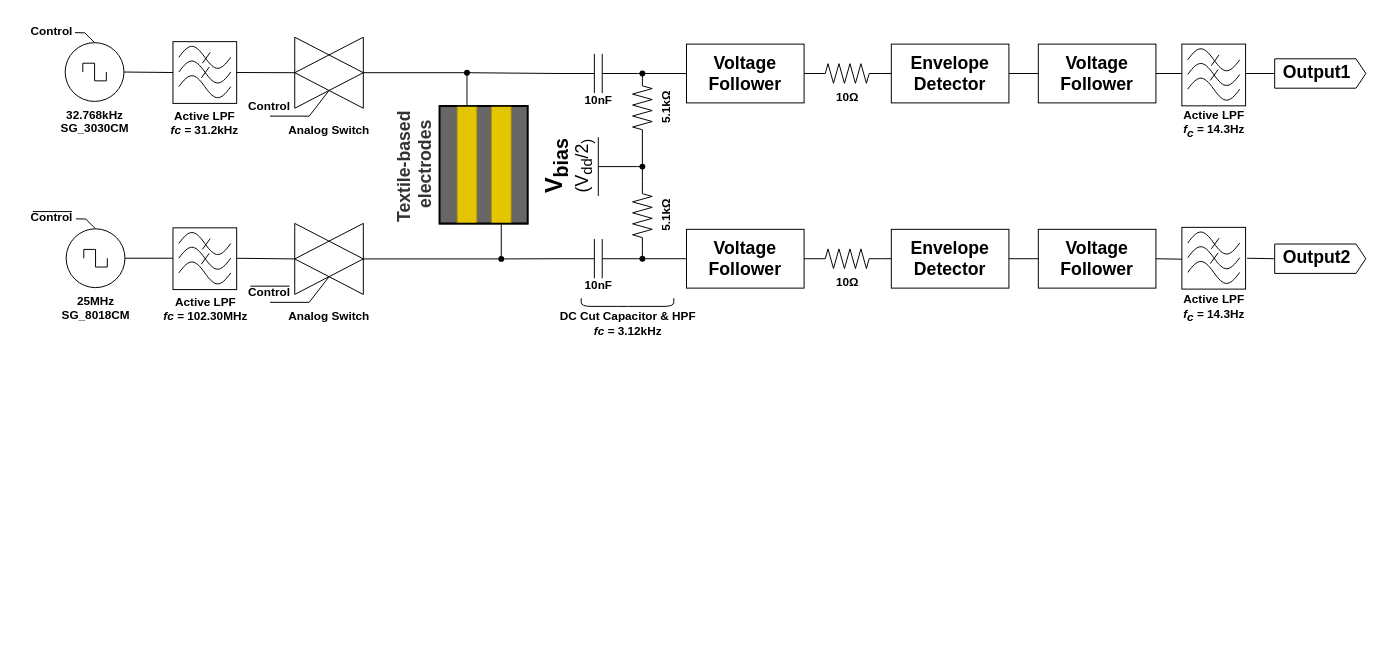
10matcho27/drawio_figure keeps this draw.io diagram as forICCE2024.drawio. Above is the earlier version. Source tidied: cells renumbered, new cells numbered last; positions are measured from the earlier drawing's top-left corner, leaving out a move shared by most shapes. Both pictures are drawn from the tidied source at 98%, with x=0, y=0 at pixel (17, 17).
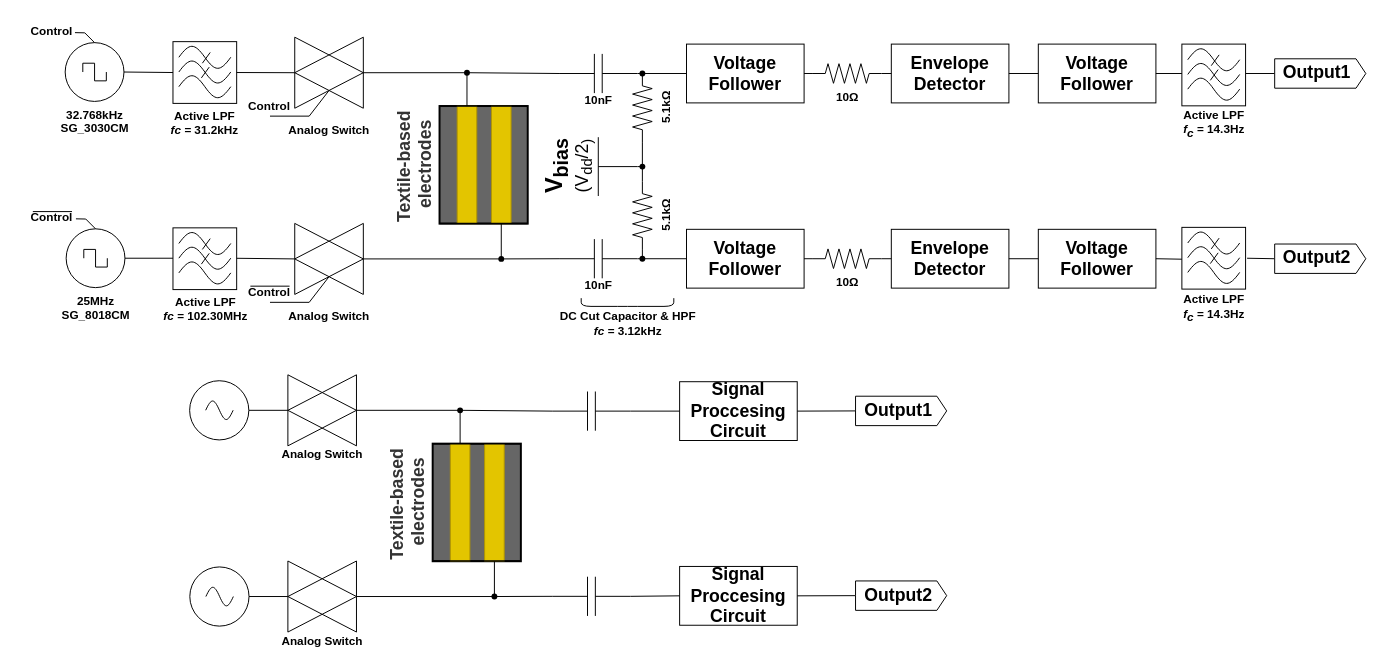
The same page after the edit.

Commit message (it also covers changes not shown here):
forICCE2024.drawio を更新します

Diff of the diagram source:
```diff
@@
+    <mxCell id="112" style="verticalLabelPosition=bottom;shadow=0;dashed=0;align=center;html=1;verticalAlign=top;shape=mxgraph.electrical.capacitors.capacitor_1;fontFamily=Century;spacingTop=-7;" parent="1" vertex="1">
+      <mxGeometry x="546" y="382" width="80" height="40" as="geometry" />
+    </mxCell>
+    <mxCell id="113" style="rounded=0;whiteSpace=wrap;html=1;fontFamily=Helvetica;fillColor=#666666;strokeColor=#000000;fontColor=#ffffff;rotation=90;strokeWidth=2;" parent="1" vertex="1">
+      <mxGeometry x="409" y="450.2" width="120" height="90" as="geometry" />
+    </mxCell>
+    <mxCell id="114" style="rounded=0;whiteSpace=wrap;html=1;fontFamily=Helvetica;fillColor=#E3C500;rotation=0;fontColor=#000000;strokeColor=#B09500;" parent="1" vertex="1">
+      <mxGeometry x="442" y="435.2" width="20" height="120" as="geometry" />
+    </mxCell>
+    <mxCell id="115" style="rounded=0;whiteSpace=wrap;html=1;fontFamily=Helvetica;fillColor=#E3C500;rotation=0;fontColor=#000000;strokeColor=#B09500;" parent="1" vertex="1">
+      <mxGeometry x="477" y="435.2" width="20" height="120" as="geometry" />
+    </mxCell>
+    <mxCell id="116" style="shape=waypoint;sketch=0;fillStyle=solid;size=6;points=[];fillColor=none;perimeter=centerPerimeter;snapToPoint=1;verticalAlign=top;spacingBottom=0;spacingTop=-5;fontFamily=Verdana;fontSize=12;" parent="1" vertex="1">
+      <mxGeometry x="432" y="381.2" width="40" height="40" as="geometry" />
+    </mxCell>
+    <mxCell id="117" style="endArrow=none;html=1;rounded=0;exitDx=0;exitDy=0;exitPerimeter=0;startArrow=none;entryX=0;entryY=0.5;entryDx=0;entryDy=0;exitX=1;exitY=0.5;" parent="1" edge="1" source="112" target="120">
+      <mxGeometry relative="1" as="geometry" />
+    </mxCell>
+    <mxCell id="118" style="verticalLabelPosition=bottom;shadow=0;dashed=0;align=center;html=1;verticalAlign=top;shape=mxgraph.electrical.capacitors.capacitor_1;fontFamily=Century;spacingTop=-7;" parent="1" vertex="1">
+      <mxGeometry x="546" y="571" width="80" height="40" as="geometry" />
+    </mxCell>
+    <mxCell id="119" value="&lt;div&gt;&lt;font face=&quot;Century&quot;&gt;&lt;b&gt;Textile-based&amp;nbsp;&lt;/b&gt;&lt;/font&gt;&lt;/div&gt;&lt;div&gt;&lt;font face=&quot;Century&quot;&gt;&lt;b&gt;electrodes&lt;/b&gt;&lt;/font&gt;&lt;/div&gt;" style="text;html=1;align=center;verticalAlign=middle;strokeColor=none;fillColor=none;fontSize=18;fontFamily=Helvetica;fontColor=#333333;rotation=-90;" parent="1" vertex="1">
+      <mxGeometry x="329" y="465.2" width="140" height="60" as="geometry" />
+    </mxCell>
+    <mxCell id="120" value="&lt;b&gt;Signal Proccesing Circuit&lt;br&gt;&lt;/b&gt;" style="rounded=0;whiteSpace=wrap;html=1;labelBackgroundColor=none;fontFamily=Century;fontSize=18;fillColor=none;" parent="1" vertex="1">
+      <mxGeometry x="676" y="372" width="120" height="60" as="geometry" />
+    </mxCell>
+    <mxCell id="121" style="shape=mxgraph.arrows2.arrow;verticalLabelPosition=bottom;shadow=0;dashed=0;align=center;html=1;verticalAlign=top;strokeWidth=1;dy=0;dx=10;notch=0;labelBackgroundColor=none;fontFamily=Helvetica;fontSize=18;fillColor=none;" parent="1" vertex="1">
+      <mxGeometry x="855.5" y="386.8" width="93" height="30" as="geometry" />
+    </mxCell>
+    <mxCell id="122" value="&lt;font face=&quot;Century&quot;&gt;&lt;b&gt;Output1&lt;/b&gt;&lt;/font&gt;" style="text;html=1;align=center;verticalAlign=middle;strokeColor=none;fillColor=none;fontSize=18;fontFamily=Helvetica;" parent="1" vertex="1">
+      <mxGeometry x="848.5" y="381" width="100" height="40" as="geometry" />
+    </mxCell>
+    <mxCell id="123" style="endArrow=none;html=1;rounded=0;exitX=1;exitY=0.5;exitDx=0;exitDy=0;entryX=0;entryY=0.5;entryDx=0;entryDy=0;entryPerimeter=0;" parent="1" edge="1" source="120" target="121">
+      <mxGeometry relative="1" as="geometry" />
+    </mxCell>
+    <mxCell id="124" style="verticalLabelPosition=bottom;verticalAlign=top;html=1;shape=mxgraph.basic.acute_triangle;dx=0.5;rotation=90;" parent="1" vertex="1">
+      <mxGeometry x="275" y="366.2" width="72.5" height="70" as="geometry" />
+    </mxCell>
+    <mxCell id="125" style="endArrow=none;html=1;rounded=0;exitX=0.5;exitY=1;exitDx=0;exitDy=0;exitPerimeter=0;" parent="1" edge="1" source="127" target="116">
+      <mxGeometry relative="1" as="geometry" />
+    </mxCell>
+    <mxCell id="126" style="endArrow=none;html=1;rounded=0;entryX=0;entryY=0;entryDx=36.25;entryDy=0;entryPerimeter=0;exitX=1;exitY=0.5;exitDx=0;exitDy=0;" parent="1" edge="1" source="144" target="127">
+      <mxGeometry relative="1" as="geometry" />
+    </mxCell>
+    <mxCell id="127" style="verticalLabelPosition=bottom;verticalAlign=top;html=1;shape=mxgraph.basic.acute_triangle;dx=0.5;rotation=-90;" parent="1" vertex="1">
+      <mxGeometry x="275" y="366.2" width="72.5" height="70" as="geometry" />
+    </mxCell>
+    <mxCell id="128" style="endArrow=none;html=1;rounded=0;exitX=0;exitY=0;exitDx=54.375;exitDy=35;exitPerimeter=0;entryX=0.5;entryY=1;entryDx=0;entryDy=0;entryPerimeter=0;" parent="1" edge="1" source="124" target="127">
+      <mxGeometry relative="1" as="geometry" />
+    </mxCell>
+    <mxCell id="129" style="endArrow=none;html=1;rounded=0;exitX=0;exitY=0;exitDx=54.375;exitDy=35;exitPerimeter=0;entryX=0.5;entryY=1;entryDx=0;entryDy=0;entryPerimeter=0;" parent="1" edge="1" source="127" target="127">
+      <mxGeometry relative="1" as="geometry" />
+    </mxCell>
+    <mxCell id="130" value="&lt;b&gt;&lt;font face=&quot;Century&quot;&gt;Analog Switch&lt;/font&gt;&lt;/b&gt;" style="text;html=1;align=center;verticalAlign=middle;strokeColor=none;fillColor=none;fontFamily=Helvetica;" parent="1" vertex="1">
+      <mxGeometry x="256.2" y="430.5" width="110" height="30" as="geometry" />
+    </mxCell>
+    <mxCell id="131" style="endArrow=none;html=1;rounded=0;exitX=0.438;exitY=0.582;exitDx=0;exitDy=0;exitPerimeter=0;entryX=0.5;entryY=0;entryDx=0;entryDy=0;" parent="1" edge="1" source="116" target="114">
+      <mxGeometry relative="1" as="geometry" />
+    </mxCell>
+    <mxCell id="132" style="endArrow=none;html=1;rounded=0;exitX=0.562;exitY=0.512;exitDx=0;exitDy=0;exitPerimeter=0;entryX=0;entryY=0.5;entryDx=0;entryDy=0;entryPerimeter=0;" parent="1" edge="1" source="116" target="112">
+      <mxGeometry relative="1" as="geometry" />
+    </mxCell>
+    <mxCell id="133" style="shape=waypoint;sketch=0;fillStyle=solid;size=6;points=[];fillColor=none;perimeter=centerPerimeter;snapToPoint=1;verticalAlign=top;spacingBottom=0;spacingTop=-5;fontFamily=Verdana;fontSize=12;" parent="1" vertex="1">
+      <mxGeometry x="467" y="571.2" width="40" height="40" as="geometry" />
+    </mxCell>
+    <mxCell id="134" style="verticalLabelPosition=bottom;verticalAlign=top;html=1;shape=mxgraph.basic.acute_triangle;dx=0.5;rotation=90;" parent="1" vertex="1">
+      <mxGeometry x="275" y="556.2" width="72.5" height="70" as="geometry" />
+    </mxCell>
+    <mxCell id="135" style="endArrow=none;html=1;rounded=0;exitX=0.5;exitY=1;exitDx=0;exitDy=0;exitPerimeter=0;entryX=0.141;entryY=0.927;entryDx=0;entryDy=0;entryPerimeter=0;" parent="1" edge="1" source="136" target="133">
+      <mxGeometry relative="1" as="geometry" />
+    </mxCell>
+    <mxCell id="136" style="verticalLabelPosition=bottom;verticalAlign=top;html=1;shape=mxgraph.basic.acute_triangle;dx=0.5;rotation=-90;" parent="1" vertex="1">
+      <mxGeometry x="275" y="556.2" width="72.5" height="70" as="geometry" />
+    </mxCell>
+    <mxCell id="137" style="endArrow=none;html=1;rounded=0;exitX=0;exitY=0;exitDx=54.375;exitDy=35;exitPerimeter=0;entryX=0.5;entryY=1;entryDx=0;entryDy=0;entryPerimeter=0;" parent="1" edge="1" source="134" target="136">
+      <mxGeometry relative="1" as="geometry" />
+    </mxCell>
+    <mxCell id="138" style="endArrow=none;html=1;rounded=0;exitX=0;exitY=0;exitDx=54.375;exitDy=35;exitPerimeter=0;entryX=0.5;entryY=1;entryDx=0;entryDy=0;entryPerimeter=0;" parent="1" edge="1" source="136" target="136">
+      <mxGeometry relative="1" as="geometry" />
+    </mxCell>
+    <mxCell id="139" value="&lt;b&gt;&lt;font face=&quot;Century&quot;&gt;Analog Switch&lt;/font&gt;&lt;/b&gt;" style="text;html=1;align=center;verticalAlign=middle;strokeColor=none;fillColor=none;fontFamily=Helvetica;" parent="1" vertex="1">
+      <mxGeometry x="256.2" y="621.5" width="110" height="30" as="geometry" />
+    </mxCell>
+    <mxCell id="140" style="endArrow=none;html=1;rounded=0;exitX=0.5;exitY=1;exitDx=0;exitDy=0;" parent="1" edge="1" source="115" target="133">
+      <mxGeometry relative="1" as="geometry" />
+    </mxCell>
+    <mxCell id="141" style="endArrow=none;html=1;rounded=0;exitX=0.542;exitY=0.561;exitDx=0;exitDy=0;exitPerimeter=0;entryX=0;entryY=0.5;entryDx=0;entryDy=0;entryPerimeter=0;" parent="1" edge="1" source="133" target="118">
+      <mxGeometry relative="1" as="geometry" />
+    </mxCell>
+    <mxCell id="142" style="endArrow=none;html=1;rounded=0;entryX=0;entryY=0;entryDx=0;entryDy=0;exitX=0;exitY=1;exitDx=0;exitDy=0;strokeWidth=1.5;" parent="1" edge="1" source="113" target="113">
+      <mxGeometry relative="1" as="geometry" />
+    </mxCell>
+    <mxCell id="143" style="endArrow=none;html=1;rounded=0;entryX=0;entryY=0;entryDx=0;entryDy=0;exitX=0;exitY=1;exitDx=0;exitDy=0;strokeWidth=1.5;" parent="1" edge="1">
+      <mxGeometry relative="1" as="geometry">
+        <mxPoint x="424" y="555" as="sourcePoint" />
+        <mxPoint x="514" y="555" as="targetPoint" />
+      </mxGeometry>
+    </mxCell>
+    <mxCell id="144" style="ellipse;whiteSpace=wrap;html=1;" parent="1" vertex="1">
+      <mxGeometry x="176" y="371" width="60.4" height="60.4" as="geometry" />
+    </mxCell>
+    <mxCell id="145" style="verticalLabelPosition=bottom;shadow=0;dashed=0;align=center;html=1;verticalAlign=top;shape=mxgraph.electrical.waveforms.sine_wave;" parent="1" vertex="1">
+      <mxGeometry x="192.4" y="388.5" width="28" height="25.3" as="geometry" />
+    </mxCell>
+    <mxCell id="146" style="endArrow=none;html=1;rounded=0;entryX=0;entryY=0;entryDx=36.25;entryDy=0;entryPerimeter=0;exitX=1;exitY=0.5;exitDx=0;exitDy=0;" parent="1" edge="1" source="147" target="136">
+      <mxGeometry relative="1" as="geometry" />
+    </mxCell>
+    <mxCell id="147" style="ellipse;whiteSpace=wrap;html=1;" parent="1" vertex="1">
+      <mxGeometry x="176.2" y="561" width="60.4" height="60.4" as="geometry" />
+    </mxCell>
+    <mxCell id="148" style="verticalLabelPosition=bottom;shadow=0;dashed=0;align=center;html=1;verticalAlign=top;shape=mxgraph.electrical.waveforms.sine_wave;" parent="1" vertex="1">
+      <mxGeometry x="192.6" y="578.6" width="28" height="25.3" as="geometry" />
+    </mxCell>
+    <mxCell id="149" style="endArrow=none;html=1;rounded=0;exitDx=0;exitDy=0;exitPerimeter=0;startArrow=none;entryX=0;entryY=0.5;entryDx=0;entryDy=0;exitX=1;exitY=0.5;" parent="1" edge="1" source="118" target="150">
+      <mxGeometry relative="1" as="geometry" />
+    </mxCell>
+    <mxCell id="150" value="&lt;b&gt;Signal Proccesing Circuit&lt;br&gt;&lt;/b&gt;" style="rounded=0;whiteSpace=wrap;html=1;labelBackgroundColor=none;fontFamily=Century;fontSize=18;fillColor=none;" parent="1" vertex="1">
+      <mxGeometry x="676" y="560.5" width="120" height="60" as="geometry" />
+    </mxCell>
+    <mxCell id="151" style="shape=mxgraph.arrows2.arrow;verticalLabelPosition=bottom;shadow=0;dashed=0;align=center;html=1;verticalAlign=top;strokeWidth=1;dy=0;dx=10;notch=0;labelBackgroundColor=none;fontFamily=Helvetica;fontSize=18;fillColor=none;" parent="1" vertex="1">
+      <mxGeometry x="855.5" y="575.3" width="93" height="30" as="geometry" />
+    </mxCell>
+    <mxCell id="152" value="&lt;font face=&quot;Century&quot;&gt;&lt;b&gt;Output2&lt;/b&gt;&lt;/font&gt;" style="text;html=1;align=center;verticalAlign=middle;strokeColor=none;fillColor=none;fontSize=18;fontFamily=Helvetica;" parent="1" vertex="1">
+      <mxGeometry x="848.5" y="569.5" width="100" height="40" as="geometry" />
+    </mxCell>
+    <mxCell id="153" style="endArrow=none;html=1;rounded=0;exitX=1;exitY=0.5;exitDx=0;exitDy=0;entryX=0;entryY=0.5;entryDx=0;entryDy=0;entryPerimeter=0;" parent="1" edge="1" source="150" target="151">
+      <mxGeometry relative="1" as="geometry" />
+    </mxCell>
```
